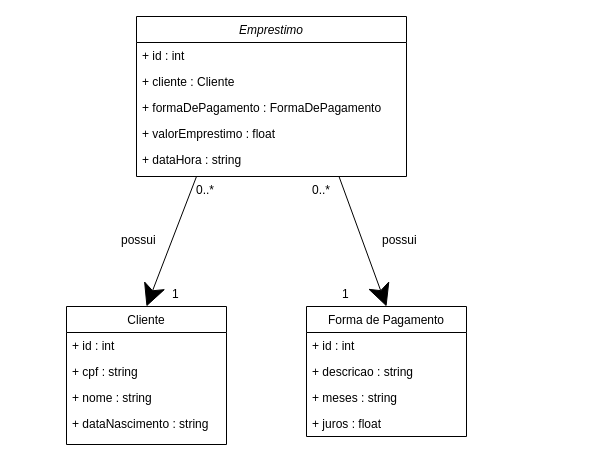
Before: Diagramas/modelo_essencial.drawio in Raulzito311/AcmeSF, a draw.io diagram. Source tidied: cells renumbered, new cells numbered last; positions are measured from the earlier drawing's top-left corner, leaving out a move shared by most shapes. Both pictures are drawn from the tidied source at 100%, with x=0, y=0 at pixel (66, 16).
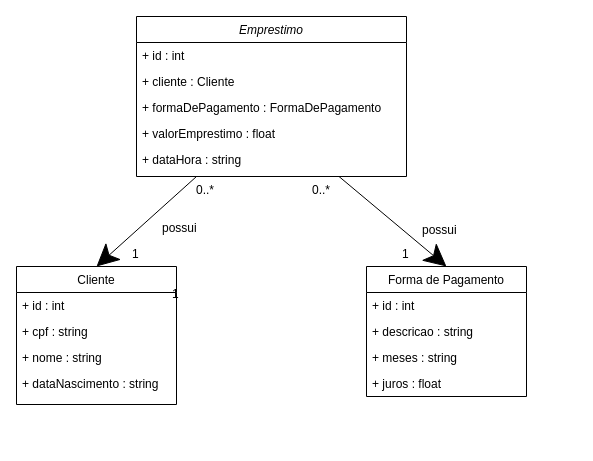
After the change.

Commit message:
cria diagrama de caso de uso e atualiza diagrama de modelo essencial

The edit, as a diff of the source:
```diff
@@
     <mxCell id="8" value="Cliente" style="swimlane;fontStyle=0;align=center;verticalAlign=top;horizontal=1;startSize=26;rounded=0;shadow=0;strokeWidth=1;" parent="1" vertex="1">
-      <mxGeometry y="290" width="160" height="138" as="geometry" />
+      <mxGeometry x="-50" y="250" width="160" height="138" as="geometry" />
     </mxCell>
@@
     <mxCell id="13" value="Forma de Pagamento" style="swimlane;fontStyle=0;align=center;verticalAlign=top;horizontal=1;startSize=26;rounded=0;shadow=0;strokeWidth=1;" parent="1" vertex="1">
-      <mxGeometry x="240" y="290" width="160" height="130" as="geometry" />
+      <mxGeometry x="300" y="250" width="160" height="130" as="geometry" />
     </mxCell>
@@
     <mxCell id="20" value="possui" style="text;align=left;verticalAlign=top;spacingLeft=4;spacingRight=4;overflow=hidden;" parent="1" vertex="1">
-      <mxGeometry x="49" y="210" width="160" height="26" as="geometry" />
+      <mxGeometry x="90" y="198" width="160" height="26" as="geometry" />
     </mxCell>
     <mxCell id="21" value="possui" style="text;align=left;verticalAlign=top;spacingLeft=4;spacingRight=4;overflow=hidden;" parent="1" vertex="1">
-      <mxGeometry x="310" y="210" width="160" height="26" as="geometry" />
+      <mxGeometry x="350" y="200" width="160" height="26" as="geometry" />
     </mxCell>
@@
     <mxCell id="23" value="1" style="text;align=left;verticalAlign=top;spacingLeft=4;spacingRight=4;overflow=hidden;" parent="1" vertex="1">
-      <mxGeometry x="270" y="264" width="160" height="26" as="geometry" />
+      <mxGeometry x="330" y="224" width="160" height="26" as="geometry" />
     </mxCell>
@@
+    <mxCell id="26" value="1" style="text;align=left;verticalAlign=top;spacingLeft=4;spacingRight=4;overflow=hidden;" parent="1" vertex="1">
+      <mxGeometry x="60" y="224" width="160" height="26" as="geometry" />
+    </mxCell>
```
